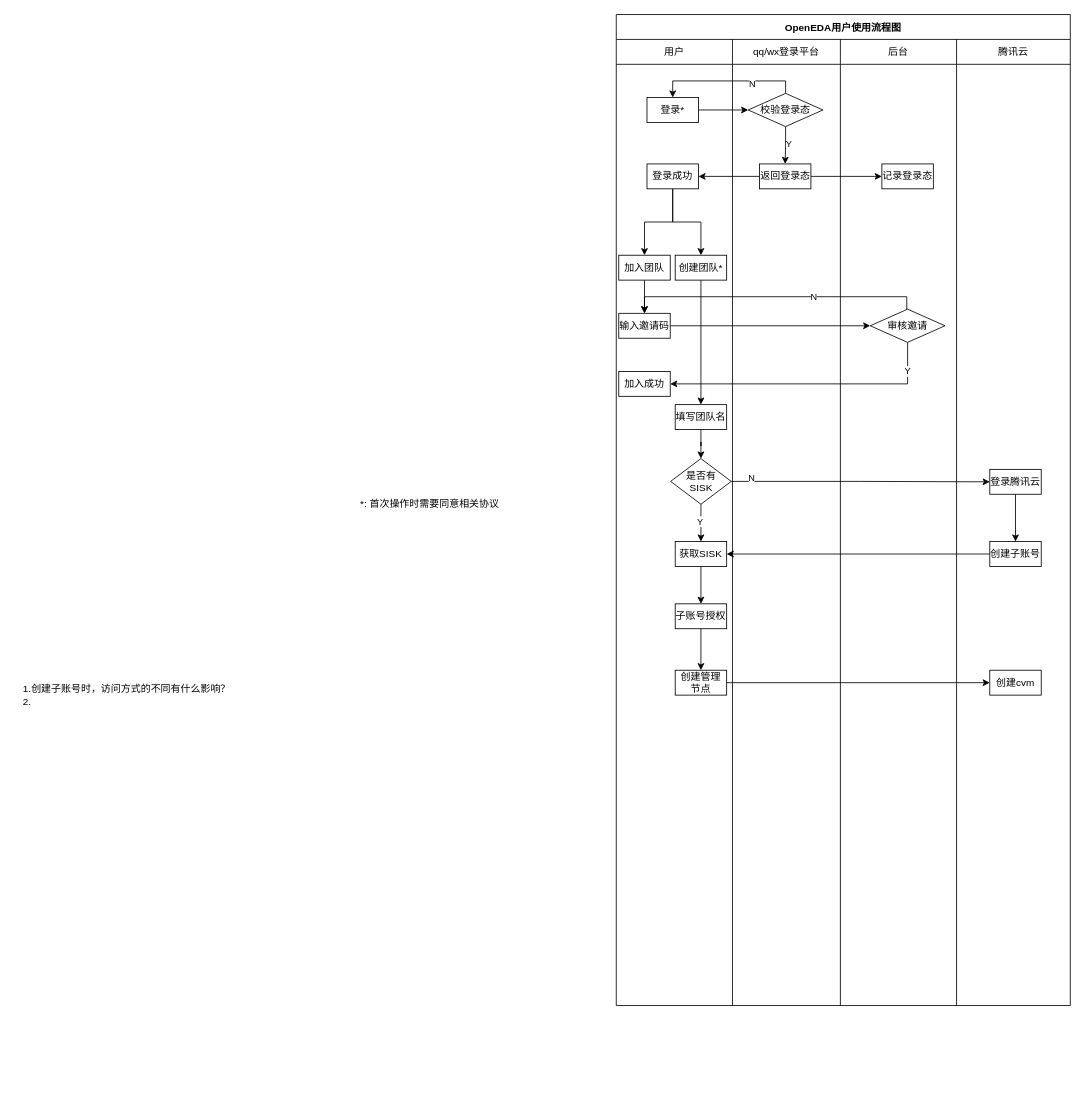
This is page "泳道图" (2 of 3) of draft/eda-devops/未命名绘图.drawio from mattshhuang/draw-io, a draw.io file, before an edit. Source tidied: cells renumbered, new cells numbered last; positions are measured from the earlier drawing's top-left corner, leaving out a move shared by most shapes. Both pictures are drawn from the tidied source at 83%, with x=0, y=0 at pixel (14, 14).
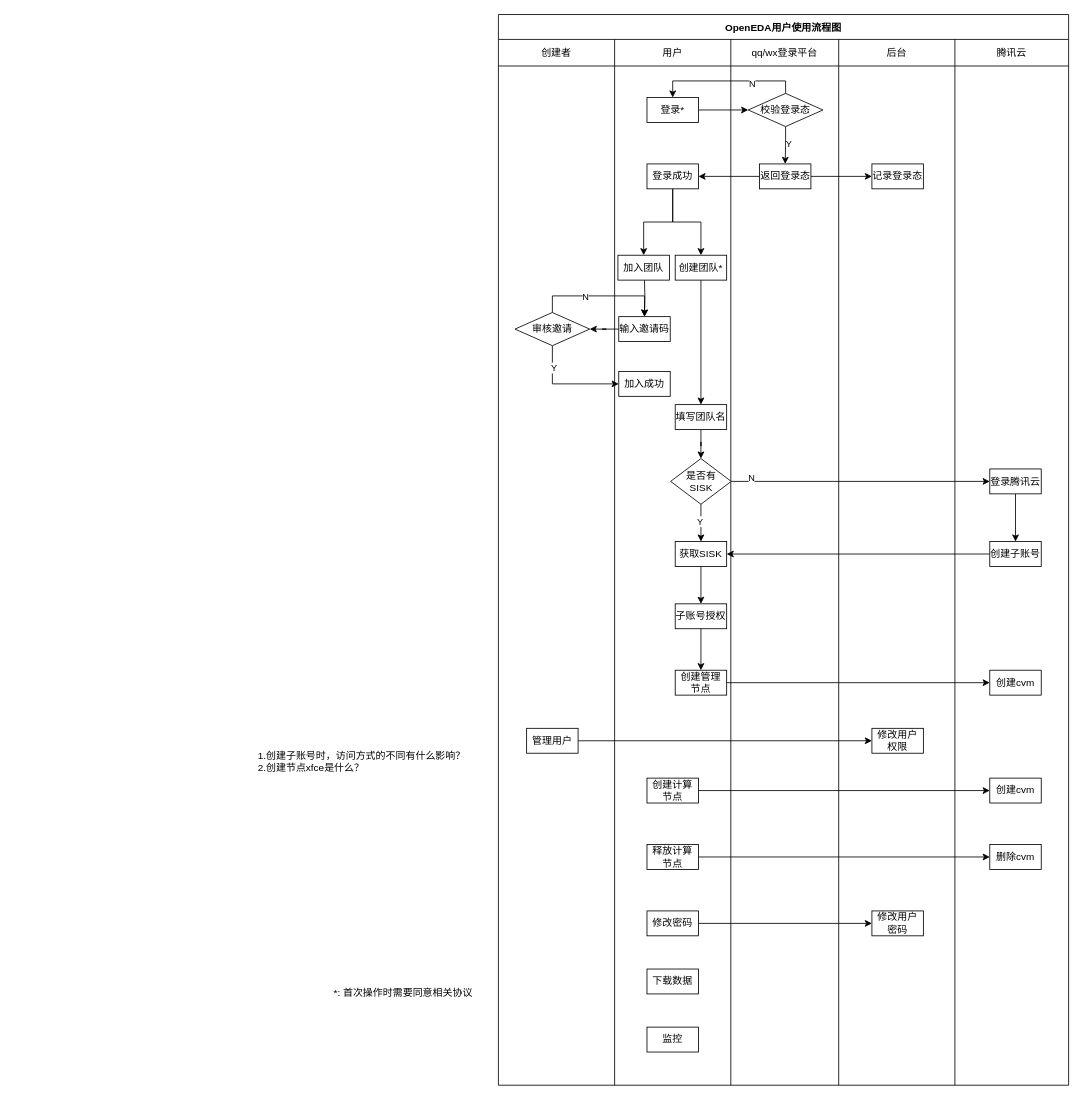
Above is the later version.

Unchanged cells that the change refers to:
```xml
<mxCell id="33" value="加入成功" style="rounded=0;whiteSpace=wrap;html=1;labelBackgroundColor=none;" parent="1" vertex="1">
  <mxGeometry x="728" y="430" width="62" height="30" as="geometry" />
</mxCell>
```

Change to the diagram source:
```diff
@@
     <mxCell id="2" value="OpenEDA用户使用流程图" style="shape=table;startSize=30;childLayout=tableLayout;fontStyle=1;align=center;labelBackgroundColor=none;" parent="1" vertex="1">
-      <mxGeometry x="725" width="547" height="1194" as="geometry" />
+      <mxGeometry x="583" width="687" height="1290" as="geometry" />
     </mxCell>
     <mxCell id="3" style="shape=tableRow;horizontal=0;startSize=0;swimlaneHead=0;swimlaneBody=0;top=0;left=0;bottom=0;right=0;fillColor=none;labelBackgroundColor=none;" parent="2" vertex="1">
-      <mxGeometry y="30" width="547" height="30" as="geometry" />
+      <mxGeometry y="30" width="687" height="32" as="geometry" />
     </mxCell>
+    <mxCell id="58" value="创建者" style="shape=partialRectangle;html=1;whiteSpace=wrap;fillColor=none;top=0;left=0;bottom=0;right=0;overflow=hidden;labelBackgroundColor=none;" parent="3" vertex="1">
+      <mxGeometry width="140" height="32" as="geometry" />
+    </mxCell>
     <mxCell id="4" value="用户" style="shape=partialRectangle;html=1;whiteSpace=wrap;fillColor=none;top=0;left=0;bottom=0;right=0;overflow=hidden;labelBackgroundColor=none;" parent="3" vertex="1">
-      <mxGeometry width="140" height="30" as="geometry" />
+      <mxGeometry x="140" width="140" height="32" as="geometry" />
     </mxCell>
     <mxCell id="5" value="qq/wx登录平台" style="shape=partialRectangle;html=1;whiteSpace=wrap;fillColor=none;top=0;left=0;bottom=0;right=0;overflow=hidden;labelBackgroundColor=none;" parent="3" vertex="1">
-      <mxGeometry x="140" width="130" height="30" as="geometry" />
+      <mxGeometry x="280" width="130" height="32" as="geometry" />
     </mxCell>
     <mxCell id="6" value="后台" style="shape=partialRectangle;html=1;whiteSpace=wrap;fillColor=none;top=0;left=0;bottom=0;right=0;overflow=hidden;labelBackgroundColor=none;" parent="3" vertex="1">
-      <mxGeometry x="270" width="140" height="30" as="geometry" />
+      <mxGeometry x="410" width="140" height="32" as="geometry" />
     </mxCell>
     <mxCell id="7" value="腾讯云" style="shape=partialRectangle;html=1;whiteSpace=wrap;fillColor=none;top=0;left=0;bottom=0;right=0;overflow=hidden;labelBackgroundColor=none;" parent="3" vertex="1">
-      <mxGeometry x="410" width="137" height="30" as="geometry" />
+      <mxGeometry x="550" width="137" height="32" as="geometry" />
     </mxCell>
     <mxCell id="8" style="shape=tableRow;horizontal=0;startSize=0;swimlaneHead=0;swimlaneBody=0;top=0;left=0;bottom=0;right=0;fillColor=none;labelBackgroundColor=none;" parent="2" vertex="1">
-      <mxGeometry y="60" width="547" height="1134" as="geometry" />
+      <mxGeometry y="62" width="687" height="1228" as="geometry" />
     </mxCell>
+    <mxCell id="59" style="shape=partialRectangle;html=1;whiteSpace=wrap;fillColor=none;top=0;left=0;bottom=0;right=0;overflow=hidden;labelBackgroundColor=none;" parent="8" vertex="1">
+      <mxGeometry width="140" height="1228" as="geometry" />
+    </mxCell>
     <mxCell id="9" style="shape=partialRectangle;html=1;whiteSpace=wrap;fillColor=none;top=0;left=0;bottom=0;right=0;overflow=hidden;labelBackgroundColor=none;" parent="8" vertex="1">
-      <mxGeometry width="140" height="1134" as="geometry" />
+      <mxGeometry x="140" width="140" height="1228" as="geometry" />
     </mxCell>
     <mxCell id="10" style="shape=partialRectangle;html=1;whiteSpace=wrap;fillColor=none;top=0;left=0;bottom=0;right=0;overflow=hidden;labelBackgroundColor=none;" parent="8" vertex="1">
-      <mxGeometry x="140" width="130" height="1134" as="geometry" />
+      <mxGeometry x="280" width="130" height="1228" as="geometry" />
     </mxCell>
     <mxCell id="11" style="shape=partialRectangle;html=1;whiteSpace=wrap;fillColor=none;top=0;left=0;bottom=0;right=0;overflow=hidden;labelBackgroundColor=none;" parent="8" vertex="1">
-      <mxGeometry x="270" width="140" height="1134" as="geometry" />
+      <mxGeometry x="410" width="140" height="1228" as="geometry" />
     </mxCell>
     <mxCell id="12" style="shape=partialRectangle;html=1;whiteSpace=wrap;fillColor=none;top=0;left=0;bottom=0;right=0;overflow=hidden;labelBackgroundColor=none;" parent="8" vertex="1">
-      <mxGeometry x="410" width="137" height="1134" as="geometry" />
+      <mxGeometry x="550" width="137" height="1228" as="geometry" />
     </mxCell>
-    <mxCell id="13" style="edgeStyle=orthogonalEdgeStyle;rounded=0;jettySize=auto;html=1;entryX=0.5;entryY=0;entryDx=0;entryDy=0;" parent="1" edge="1" source="14" target="32">
-      <mxGeometry relative="1" as="geometry" />
+    <mxCell id="13" style="edgeStyle=orthogonalEdgeStyle;rounded=0;jettySize=auto;html=1;entryX=0.5;entryY=0;entryDx=0;entryDy=0;" parent="1" edge="1" target="32">
+      <mxGeometry relative="1" as="geometry">
+        <mxPoint x="759" y="320" as="sourcePoint" />
+      </mxGeometry>
     </mxCell>
     <mxCell id="14" value="加入团队" style="rounded=0;whiteSpace=wrap;html=1;labelBackgroundColor=none;" parent="1" vertex="1">
-      <mxGeometry x="728" y="290" width="62" height="30" as="geometry" />
+      <mxGeometry x="727" y="290" width="62" height="30" as="geometry" />
     </mxCell>
@@
     <mxCell id="20" value="记录登录态" style="rounded=0;whiteSpace=wrap;html=1;labelBackgroundColor=none;" parent="1" vertex="1">
-      <mxGeometry x="1045" y="180" width="62" height="30" as="geometry" />
+      <mxGeometry x="1033" y="180" width="62" height="30" as="geometry" />
     </mxCell>
@@
-    <mxCell id="31" style="edgeStyle=orthogonalEdgeStyle;rounded=0;jettySize=auto;html=1;entryX=0;entryY=0.5;entryDx=0;entryDy=0;" parent="1" edge="1" source="32" target="37">
+    <mxCell id="31" style="edgeStyle=orthogonalEdgeStyle;rounded=0;jettySize=auto;html=1;entryX=1;entryY=0.5;entryDx=0;entryDy=0;" parent="1" edge="1" source="32" target="37">
       <mxGeometry relative="1" as="geometry" />
     </mxCell>
     <mxCell id="32" value="输入邀请码" style="rounded=0;whiteSpace=wrap;html=1;labelBackgroundColor=none;" parent="1" vertex="1">
-      <mxGeometry x="728" y="360" width="62" height="30" as="geometry" />
+      <mxGeometry x="728" y="364" width="62" height="30" as="geometry" />
     </mxCell>
@@
+    <mxCell id="60" style="edgeStyle=orthogonalEdgeStyle;rounded=0;jettySize=auto;html=1;entryX=0;entryY=0.5;entryDx=0;entryDy=0;" parent="1" edge="1" source="37" target="33">
+      <mxGeometry relative="1" as="geometry">
+        <Array as="points">
+          <mxPoint x="648" y="445" />
+        </Array>
+      </mxGeometry>
+    </mxCell>
+    <mxCell id="36" value="Y" style="edgeLabel;html=1;align=center;verticalAlign=middle;" parent="60" vertex="1">
+      <mxGeometry x="-0.59" y="1" relative="1" as="geometry" />
+    </mxCell>
     <mxCell id="34" style="edgeStyle=orthogonalEdgeStyle;rounded=0;jettySize=auto;html=1;entryX=0.5;entryY=0;entryDx=0;entryDy=0;" parent="1" edge="1" source="37" target="32">
       <mxGeometry relative="1" as="geometry">
         <Array as="points">
-          <mxPoint x="1075" y="340" />
-          <mxPoint x="759" y="340" />
+          <mxPoint x="648" y="339" />
+          <mxPoint x="759" y="339" />
         </Array>
       </mxGeometry>
     </mxCell>
     <mxCell id="35" value="N" style="edgeLabel;html=1;align=center;verticalAlign=middle;" parent="34" vertex="1">
-      <mxGeometry x="-0.27" relative="1" as="geometry" />
+      <mxGeometry x="-0.24" relative="1" as="geometry">
+        <mxPoint y="1" as="offset" />
+      </mxGeometry>
     </mxCell>
-    <mxCell id="36" value="Y" style="edgeStyle=orthogonalEdgeStyle;rounded=0;jettySize=auto;html=1;entryX=1;entryY=0.5;entryDx=0;entryDy=0;" parent="1" edge="1" source="37" target="33">
-      <mxGeometry x="-0.79" relative="1" as="geometry">
-        <Array as="points">
-          <mxPoint x="1076" y="445" />
-        </Array>
-      </mxGeometry>
-    </mxCell>
     <mxCell id="37" value="审核邀请" style="rhombus;whiteSpace=wrap;html=1;labelBackgroundColor=none;" parent="1" vertex="1">
-      <mxGeometry x="1031" y="355" width="90" height="40" as="geometry" />
+      <mxGeometry x="603" y="359" width="90" height="40" as="geometry" />
     </mxCell>
     <mxCell id="38" value="*: 首次操作时需要同意相关协议" style="text;html=1;align=center;verticalAlign=middle;strokeColor=none;fillColor=none;" parent="1" vertex="1">
-      <mxGeometry x="405" y="575" width="190" height="30" as="geometry" />
+      <mxGeometry x="373" y="1164" width="190" height="30" as="geometry" />
     </mxCell>
@@
     <mxCell id="44" value="登录腾讯云" style="rounded=0;whiteSpace=wrap;html=1;labelBackgroundColor=none;" parent="1" vertex="1">
-      <mxGeometry x="1175" y="548" width="62" height="30" as="geometry" />
+      <mxGeometry x="1175" y="547.5" width="62" height="30" as="geometry" />
     </mxCell>
-    <mxCell id="45" value="&lt;div style=&quot;text-align: left;&quot;&gt;&lt;span style=&quot;background-color: initial;&quot;&gt;1.创建子账号时，访问方式的不同有什么影响？&lt;/span&gt;&lt;/div&gt;&lt;div style=&quot;text-align: left;&quot;&gt;&lt;span style=&quot;background-color: initial;&quot;&gt;2.&lt;/span&gt;&lt;/div&gt;" style="text;html=1;align=center;verticalAlign=middle;strokeColor=none;fillColor=none;" parent="1" vertex="1">
-      <mxGeometry y="800" width="270" height="40" as="geometry" />
+    <mxCell id="45" value="&lt;div style=&quot;text-align: left;&quot;&gt;&lt;span style=&quot;background-color: initial;&quot;&gt;1.创建子账号时，访问方式的不同有什么影响？&lt;/span&gt;&lt;/div&gt;&lt;div style=&quot;text-align: left;&quot;&gt;&lt;span style=&quot;background-color: initial;&quot;&gt;2.创建节点xfce是什么？&lt;/span&gt;&lt;/div&gt;" style="text;html=1;align=center;verticalAlign=middle;strokeColor=none;fillColor=none;" parent="1" vertex="1">
+      <mxGeometry x="283" y="880" width="270" height="40" as="geometry" />
     </mxCell>
@@
+    <mxCell id="61" style="edgeStyle=orthogonalEdgeStyle;rounded=0;jettySize=auto;html=1;" parent="1" edge="1" source="62" target="69">
+      <mxGeometry relative="1" as="geometry" />
+    </mxCell>
+    <mxCell id="62" value="管理用户" style="rounded=0;whiteSpace=wrap;html=1;labelBackgroundColor=none;" parent="1" vertex="1">
+      <mxGeometry x="617" y="860" width="62" height="30" as="geometry" />
+    </mxCell>
+    <mxCell id="63" style="edgeStyle=orthogonalEdgeStyle;rounded=0;jettySize=auto;html=1;entryX=0;entryY=0.5;entryDx=0;entryDy=0;" parent="1" edge="1" source="64" target="70">
+      <mxGeometry relative="1" as="geometry" />
+    </mxCell>
+    <mxCell id="64" value="创建计算&lt;br&gt;节点" style="rounded=0;whiteSpace=wrap;html=1;labelBackgroundColor=none;" parent="1" vertex="1">
+      <mxGeometry x="762" y="920" width="62" height="30" as="geometry" />
+    </mxCell>
+    <mxCell id="65" style="edgeStyle=orthogonalEdgeStyle;rounded=0;jettySize=auto;html=1;" parent="1" edge="1" source="66" target="71">
+      <mxGeometry relative="1" as="geometry" />
+    </mxCell>
+    <mxCell id="66" value="释放计算&lt;br&gt;节点" style="rounded=0;whiteSpace=wrap;html=1;labelBackgroundColor=none;" parent="1" vertex="1">
+      <mxGeometry x="762" y="1000" width="62" height="30" as="geometry" />
+    </mxCell>
+    <mxCell id="67" value="下载数据" style="rounded=0;whiteSpace=wrap;html=1;labelBackgroundColor=none;" parent="1" vertex="1">
+      <mxGeometry x="762" y="1150" width="62" height="30" as="geometry" />
+    </mxCell>
+    <mxCell id="68" value="监控" style="rounded=0;whiteSpace=wrap;html=1;labelBackgroundColor=none;" parent="1" vertex="1">
+      <mxGeometry x="762" y="1220" width="62" height="30" as="geometry" />
+    </mxCell>
+    <mxCell id="69" value="修改用户&lt;br&gt;权限" style="rounded=0;whiteSpace=wrap;html=1;labelBackgroundColor=none;" parent="1" vertex="1">
+      <mxGeometry x="1033" y="860" width="62" height="30" as="geometry" />
+    </mxCell>
+    <mxCell id="70" value="创建cvm" style="rounded=0;whiteSpace=wrap;html=1;labelBackgroundColor=none;" parent="1" vertex="1">
+      <mxGeometry x="1175" y="920" width="62" height="30" as="geometry" />
+    </mxCell>
+    <mxCell id="71" value="删除cvm" style="rounded=0;whiteSpace=wrap;html=1;labelBackgroundColor=none;" parent="1" vertex="1">
+      <mxGeometry x="1175" y="1000" width="62" height="30" as="geometry" />
+    </mxCell>
+    <mxCell id="72" style="edgeStyle=orthogonalEdgeStyle;rounded=0;jettySize=auto;html=1;entryX=0;entryY=0.5;entryDx=0;entryDy=0;" parent="1" edge="1" source="73" target="74">
+      <mxGeometry relative="1" as="geometry" />
+    </mxCell>
+    <mxCell id="73" value="修改密码" style="rounded=0;whiteSpace=wrap;html=1;labelBackgroundColor=none;" parent="1" vertex="1">
+      <mxGeometry x="762" y="1080" width="62" height="30" as="geometry" />
+    </mxCell>
+    <mxCell id="74" value="修改用户&lt;br&gt;密码" style="rounded=0;whiteSpace=wrap;html=1;labelBackgroundColor=none;" parent="1" vertex="1">
+      <mxGeometry x="1033" y="1080" width="62" height="30" as="geometry" />
+    </mxCell>
```
